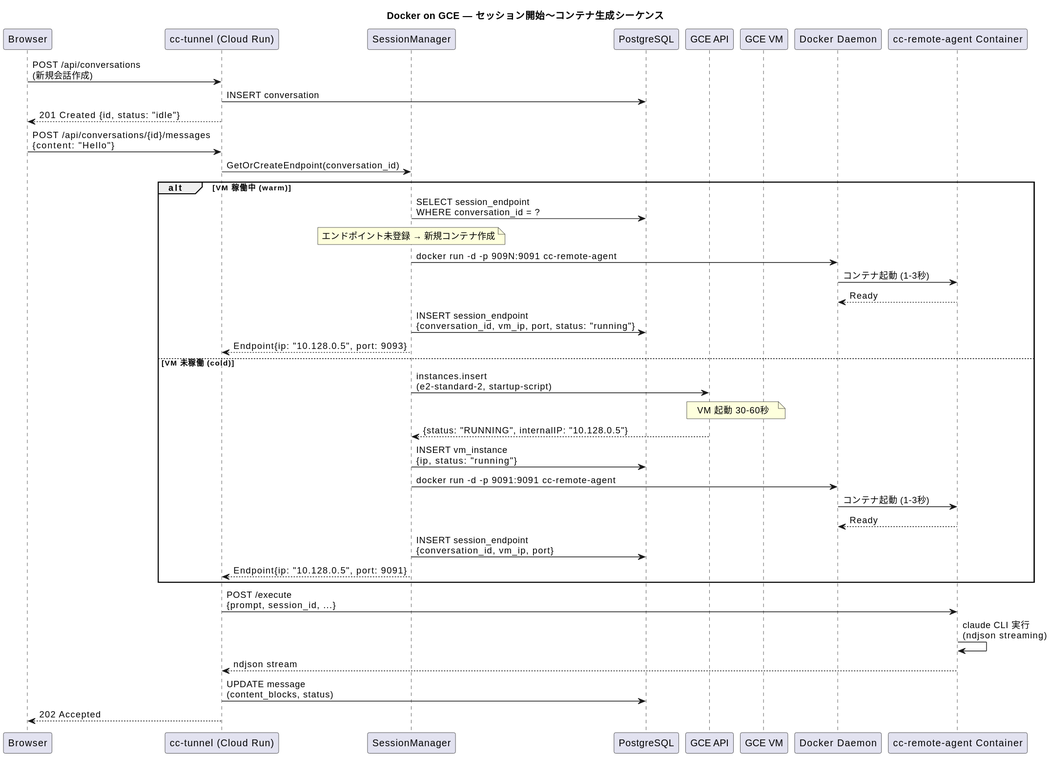
Earlier version of the PlantUML export docs/plantuml/out/docker_gce_session_start.svg (pollenjp/cc-tunnel). The source it was exported from:
```plantuml
@startuml
title Docker on GCE — セッション開始〜コンテナ生成シーケンス

participant Browser
participant "cc-tunnel (Cloud Run)" as CloudRun
participant SessionManager as SM
participant PostgreSQL as DB
participant "GCE API" as GCEAPI
participant "GCE VM" as VM
participant "Docker Daemon" as Docker
participant "cc-remote-agent Container" as Container

Browser -> CloudRun: POST /api/conversations\n(新規会話作成)
CloudRun -> DB: INSERT conversation
CloudRun --> Browser: 201 Created {id, status: "idle"}

Browser -> CloudRun: POST /api/conversations/{id}/messages\n{content: "Hello"}
CloudRun -> SM: GetOrCreateEndpoint(conversation_id)

alt VM 稼働中 (warm)
  SM -> DB: SELECT session_endpoint\nWHERE conversation_id = ?
  note over SM: エンドポイント未登録 → 新規コンテナ作成
  SM -> Docker: docker run -d -p 909N:9091 cc-remote-agent
  Docker -> Container: コンテナ起動 (1-3秒)
  Container --> Docker: Ready
  SM -> DB: INSERT session_endpoint\n{conversation_id, vm_ip, port, status: "running"}
  SM --> CloudRun: Endpoint{ip: "10.128.0.5", port: 9093}
else VM 未稼働 (cold)
  SM -> GCEAPI: instances.insert\n(e2-standard-2, startup-script)
  note over GCEAPI,VM: VM 起動 30-60秒
  GCEAPI --> SM: {status: "RUNNING", internalIP: "10.128.0.5"}
  SM -> DB: INSERT vm_instance\n{ip, status: "running"}
  SM -> Docker: docker run -d -p 9091:9091 cc-remote-agent
  Docker -> Container: コンテナ起動 (1-3秒)
  Container --> Docker: Ready
  SM -> DB: INSERT session_endpoint\n{conversation_id, vm_ip, port}
  SM --> CloudRun: Endpoint{ip: "10.128.0.5", port: 9091}
end

CloudRun -> Container: POST /execute\n{prompt, session_id, ...}
Container -> Container: claude CLI 実行\n(ndjson streaming)
Container --> CloudRun: ndjson stream
CloudRun -> DB: UPDATE message\n(content_blocks, status)
CloudRun --> Browser: 202 Accepted
@enduml
```
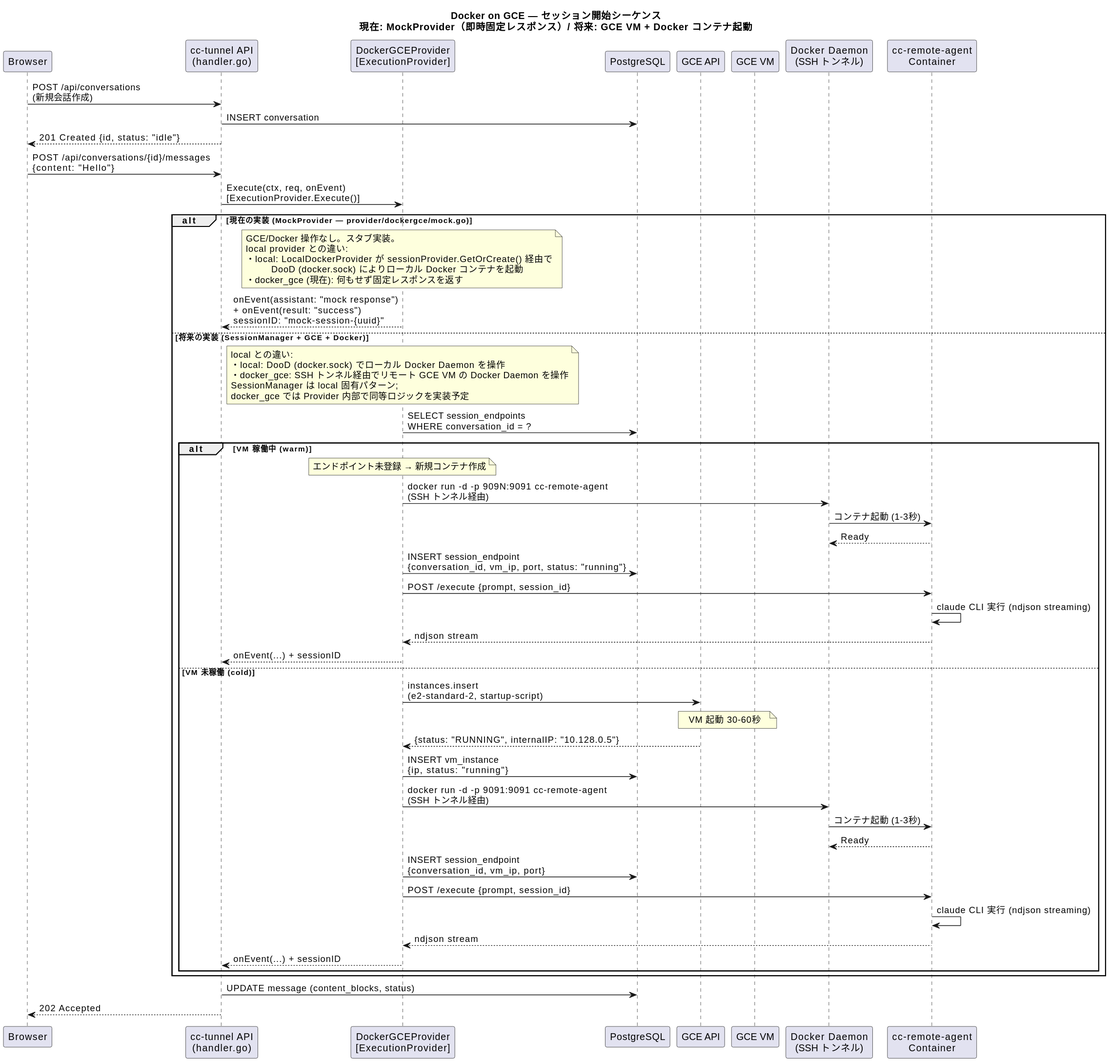
Later version of the same file.

Commit message:
docs: Update documentation for docker_gce mode implementation

Diff of the diagram source:
```diff
@@ -1,45 +1,70 @@
 @startuml
-title Docker on GCE — セッション開始〜コンテナ生成シーケンス
+title Docker on GCE — セッション開始シーケンス\n現在: MockProvider（即時固定レスポンス）/ 将来: GCE VM + Docker コンテナ起動
 
 participant Browser
-participant "cc-tunnel (Cloud Run)" as CloudRun
-participant SessionManager as SM
+participant "cc-tunnel API\n(handler.go)" as CloudRun
+participant "DockerGCEProvider\n[ExecutionProvider]" as Provider
 participant PostgreSQL as DB
 participant "GCE API" as GCEAPI
 participant "GCE VM" as VM
-participant "Docker Daemon" as Docker
-participant "cc-remote-agent Container" as Container
+participant "Docker Daemon\n(SSH トンネル)" as Docker
+participant "cc-remote-agent\nContainer" as Container
 
 Browser -> CloudRun: POST /api/conversations\n(新規会話作成)
 CloudRun -> DB: INSERT conversation
 CloudRun --> Browser: 201 Created {id, status: "idle"}
 
 Browser -> CloudRun: POST /api/conversations/{id}/messages\n{content: "Hello"}
-CloudRun -> SM: GetOrCreateEndpoint(conversation_id)
 
-alt VM 稼働中 (warm)
-  SM -> DB: SELECT session_endpoint\nWHERE conversation_id = ?
-  note over SM: エンドポイント未登録 → 新規コンテナ作成
-  SM -> Docker: docker run -d -p 909N:9091 cc-remote-agent
-  Docker -> Container: コンテナ起動 (1-3秒)
-  Container --> Docker: Ready
-  SM -> DB: INSERT session_endpoint\n{conversation_id, vm_ip, port, status: "running"}
-  SM --> CloudRun: Endpoint{ip: "10.128.0.5", port: 9093}
-else VM 未稼働 (cold)
-  SM -> GCEAPI: instances.insert\n(e2-standard-2, startup-script)
-  note over GCEAPI,VM: VM 起動 30-60秒
-  GCEAPI --> SM: {status: "RUNNING", internalIP: "10.128.0.5"}
-  SM -> DB: INSERT vm_instance\n{ip, status: "running"}
-  SM -> Docker: docker run -d -p 9091:9091 cc-remote-agent
-  Docker -> Container: コンテナ起動 (1-3秒)
-  Container --> Docker: Ready
-  SM -> DB: INSERT session_endpoint\n{conversation_id, vm_ip, port}
-  SM --> CloudRun: Endpoint{ip: "10.128.0.5", port: 9091}
+CloudRun -> Provider: Execute(ctx, req, onEvent)\n[ExecutionProvider.Execute()]
+
+alt 現在の実装 (MockProvider — provider/dockergce/mock.go)
+  note over Provider
+    GCE/Docker 操作なし。スタブ実装。
+    local provider との違い:
+    ・local: LocalDockerProvider が sessionProvider.GetOrCreate() 経由で
+             DooD (docker.sock) によりローカル Docker コンテナを起動
+    ・docker_gce (現在): 何もせず固定レスポンスを返す
+  end note
+  Provider --> CloudRun: onEvent(assistant: "mock response")\n+ onEvent(result: "success")\nsessionID: "mock-session-{uuid}"
+
+else 将来の実装 (SessionManager + GCE + Docker)
+  note over Provider
+    local との違い:
+    ・local: DooD (docker.sock) でローカル Docker Daemon を操作
+    ・docker_gce: SSH トンネル経由でリモート GCE VM の Docker Daemon を操作
+    SessionManager は local 固有パターン;
+    docker_gce では Provider 内部で同等ロジックを実装予定
+  end note
+  Provider -> DB: SELECT session_endpoints\nWHERE conversation_id = ?
+
+  alt VM 稼働中 (warm)
+    note over Provider: エンドポイント未登録 → 新規コンテナ作成
+    Provider -> Docker: docker run -d -p 909N:9091 cc-remote-agent\n(SSH トンネル経由)
+    Docker -> Container: コンテナ起動 (1-3秒)
+    Container --> Docker: Ready
+    Provider -> DB: INSERT session_endpoint\n{conversation_id, vm_ip, port, status: "running"}
+    Provider -> Container: POST /execute {prompt, session_id}
+    Container -> Container: claude CLI 実行 (ndjson streaming)
+    Container --> Provider: ndjson stream
+    Provider --> CloudRun: onEvent(...) + sessionID
+
+  else VM 未稼働 (cold)
+    Provider -> GCEAPI: instances.insert\n(e2-standard-2, startup-script)
+    note over GCEAPI,VM: VM 起動 30-60秒
+    GCEAPI --> Provider: {status: "RUNNING", internalIP: "10.128.0.5"}
+    Provider -> DB: INSERT vm_instance\n{ip, status: "running"}
+    Provider -> Docker: docker run -d -p 9091:9091 cc-remote-agent\n(SSH トンネル経由)
+    Docker -> Container: コンテナ起動 (1-3秒)
+    Container --> Docker: Ready
+    Provider -> DB: INSERT session_endpoint\n{conversation_id, vm_ip, port}
+    Provider -> Container: POST /execute {prompt, session_id}
+    Container -> Container: claude CLI 実行 (ndjson streaming)
+    Container --> Provider: ndjson stream
+    Provider --> CloudRun: onEvent(...) + sessionID
+  end
 end
 
-CloudRun -> Container: POST /execute\n{prompt, session_id, ...}
-Container -> Container: claude CLI 実行\n(ndjson streaming)
-Container --> CloudRun: ndjson stream
-CloudRun -> DB: UPDATE message\n(content_blocks, status)
+CloudRun -> DB: UPDATE message (content_blocks, status)
 CloudRun --> Browser: 202 Accepted
 @enduml
```
